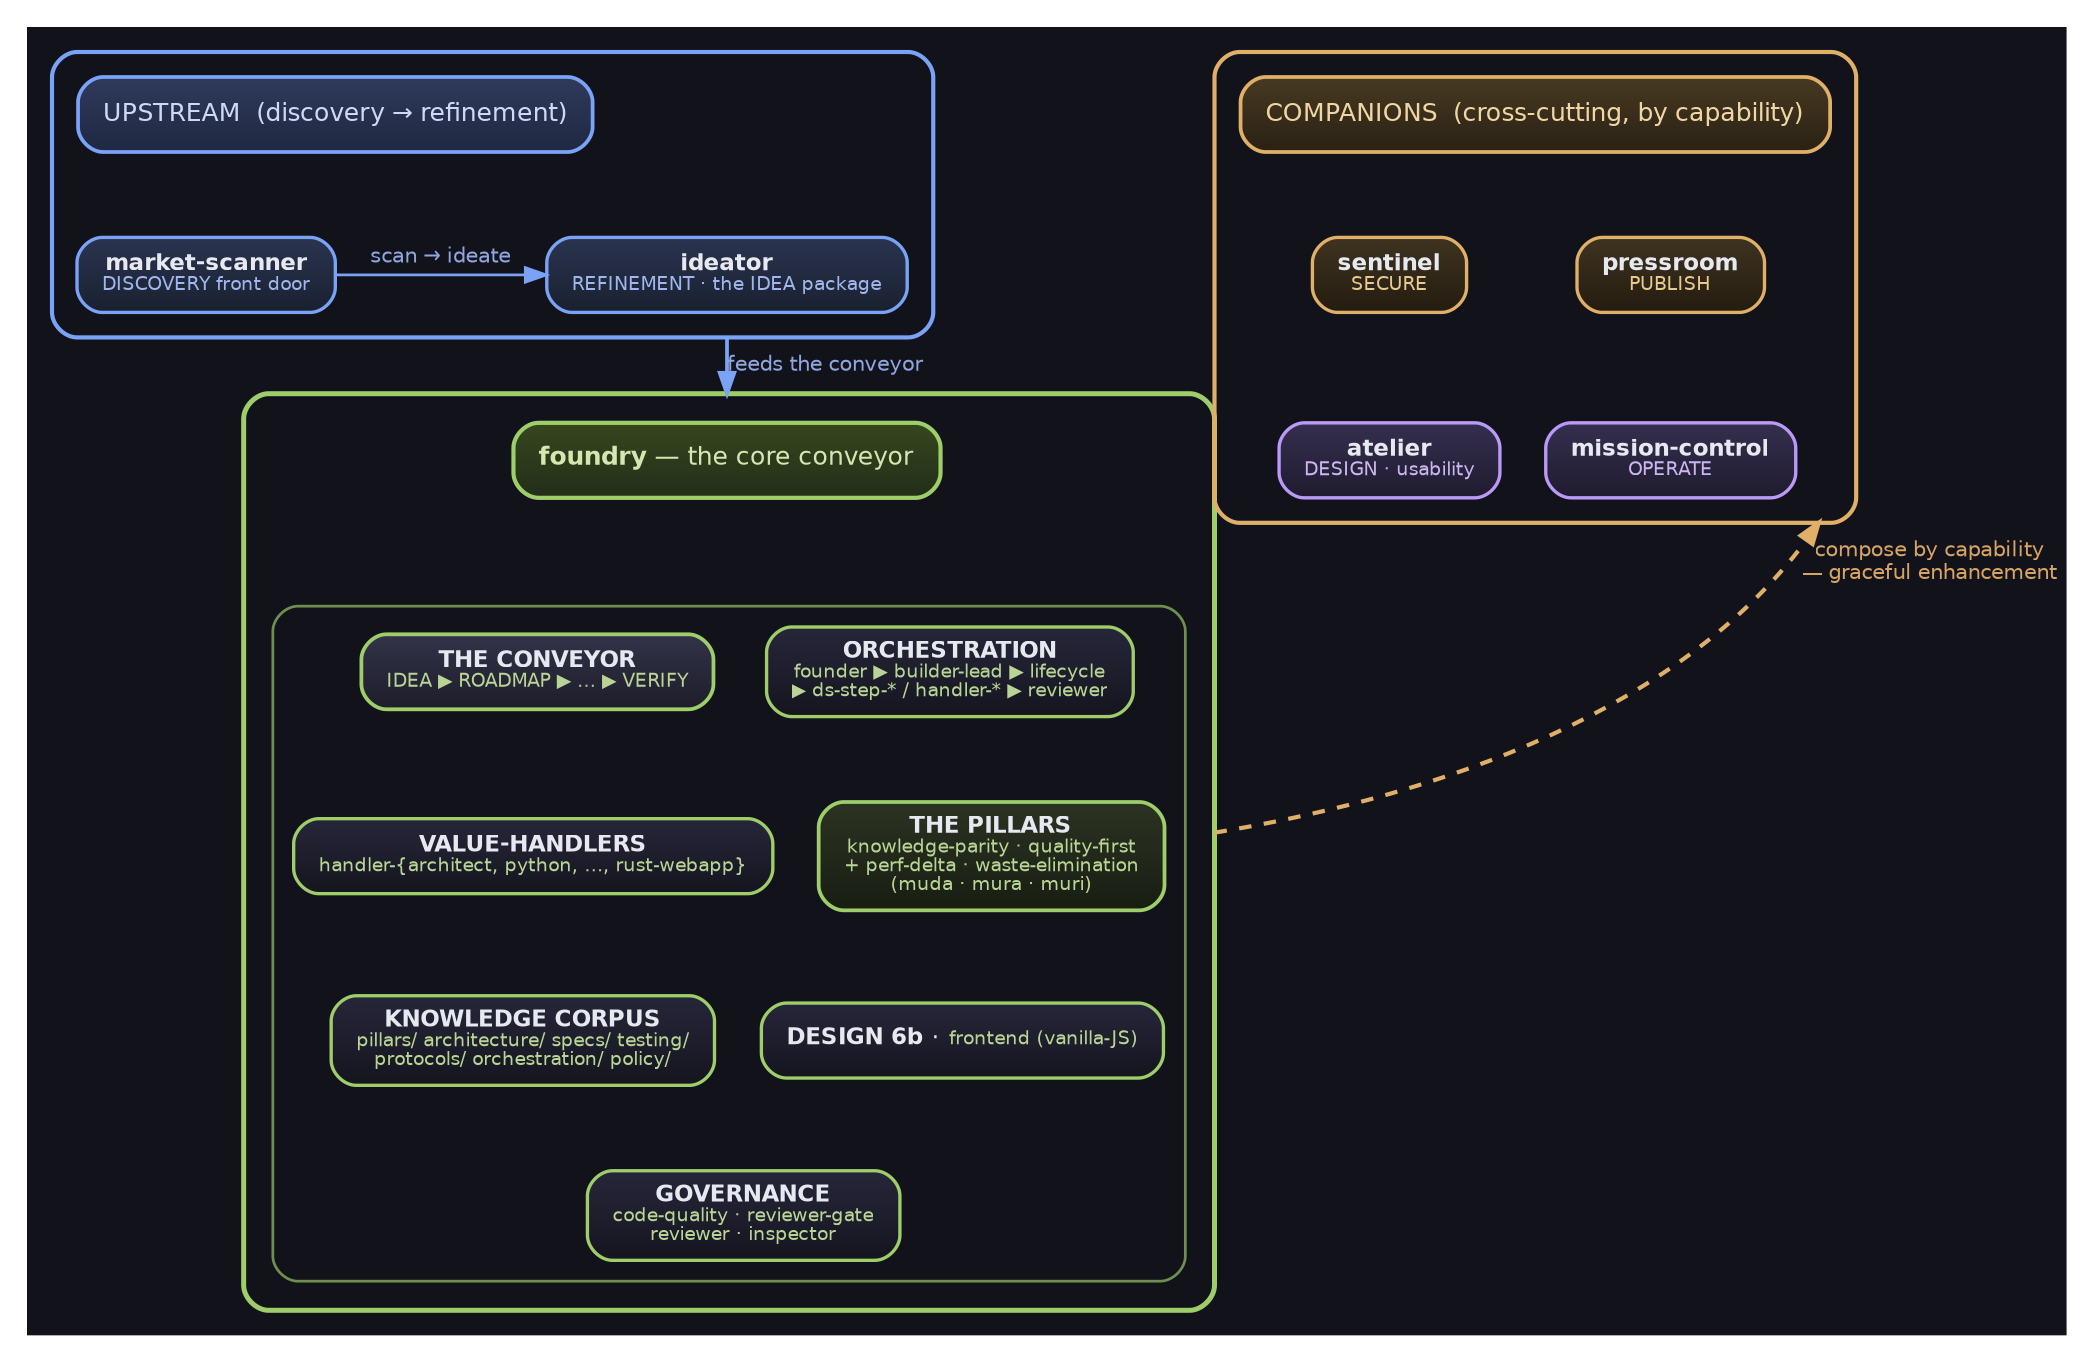
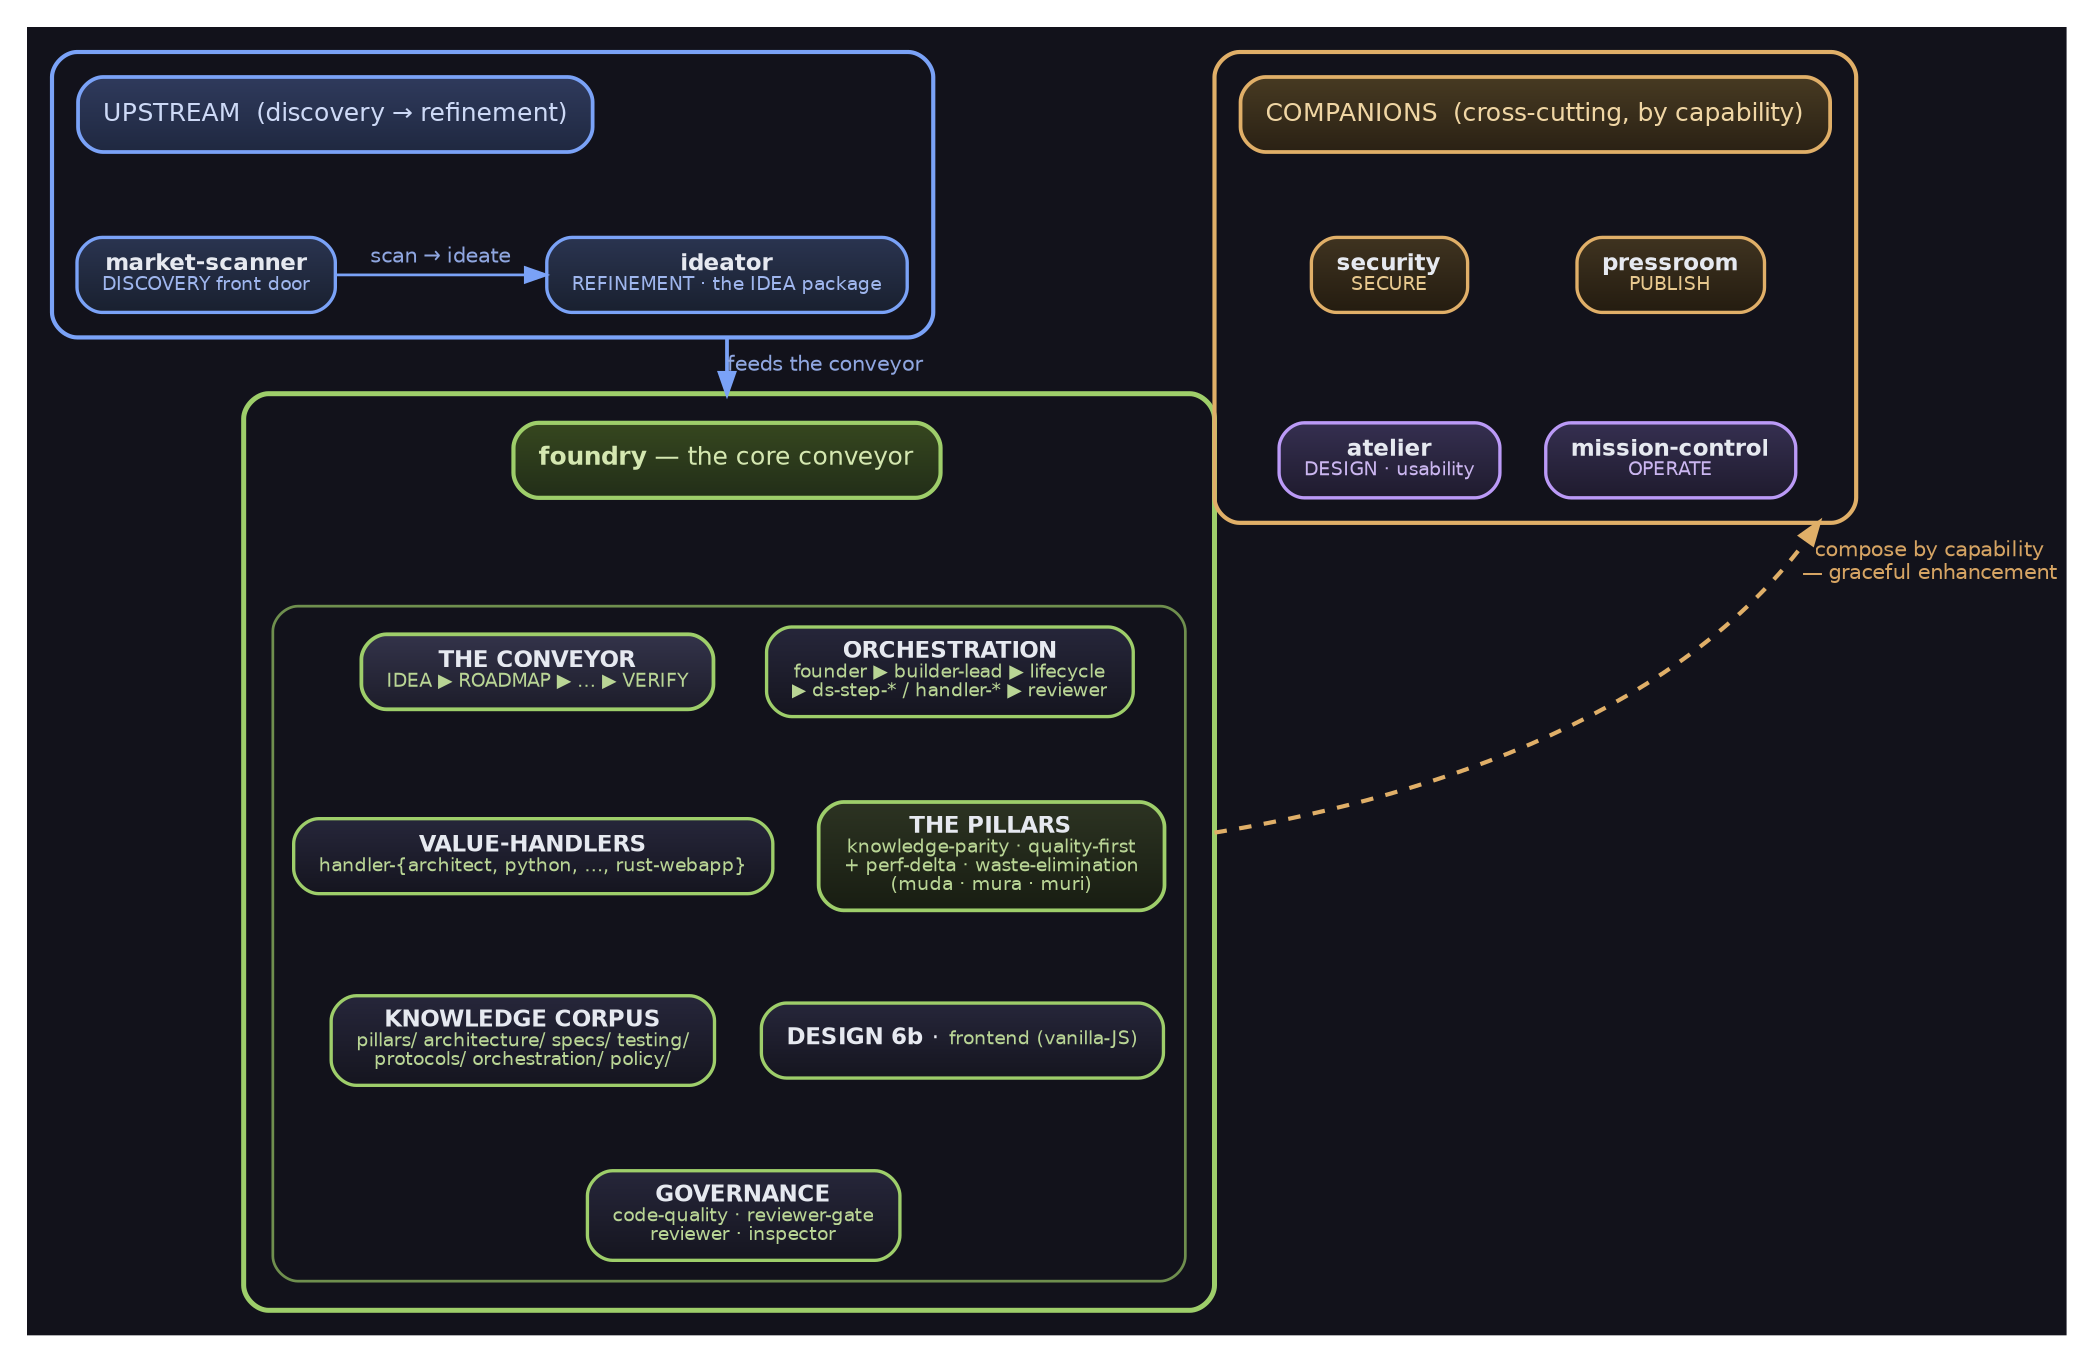
digraph DomainArchB {
  bgcolor="#12121b"
  rankdir=TB
  compound=true
  newrank=true
  nodesep=0.30
  ranksep=0.55
  margin=0.18
  fontname="DejaVu Sans"

  // node default carries a top-lit vertical gradient (lighter top → darker bottom) so every
  // filled box reads as a raised plate (graphviz-native depth; gradientangle=270 = top→bottom).
  node [shape=box, style="filled,rounded", fillcolor="#26263a:#15151f", gradientangle=270,
        color="#9aa2c0", fontcolor="#e6e9f0", fontname="DejaVu Sans", fontsize=11,
        penwidth=1.6, margin="0.16,0.10"]
  edge [color="#9aa2c0", fontcolor="#b8bed0", fontname="DejaVu Sans",
        fontsize=10, penwidth=1.3]

  // Cluster titles ride ON a filled accent chip so the cluster NAME clears BOTH
  // grounds (a plain cluster label on transparent ground washes out on white).

  // ================= UPSTREAM lane (top) =================
  subgraph cluster_upstream {
    label=""
    style="rounded"; color="#7aa2f7"; penwidth=2.0; bgcolor="transparent"; margin=12

    up_title [label="UPSTREAM  (discovery → refinement)", shape=box,
              style="filled,rounded", fillcolor="#2f3a5c:#1f2840", color="#7aa2f7",
              fontcolor="#cdd9f6", fontsize=12, penwidth=1.8]
    scanner [label=<<b>market-scanner</b><br/><font point-size="9" color="#9fb6ee">DISCOVERY front door</font>>,
             fillcolor="#2a3450:#19202f", color="#7aa2f7"]
    ideator [label=<<b>ideator</b><br/><font point-size="9" color="#9fb6ee">REFINEMENT &middot; the IDEA package</font>>,
             fillcolor="#2a3450:#19202f", color="#7aa2f7"]

    // scan → ideate: market-scanner LEFT, ideator RIGHT, arrow points right (reading order)
    { rank=same; scanner; ideator }
    up_title -> scanner [style=invis]
    scanner -> ideator [label="  scan → ideate  ", fontcolor="#8fa6e0", color="#7aa2f7",
                        weight=20]
  }

  // ================= CORE foundry (middle) =================
  subgraph cluster_core {
    label=""
    style="rounded"; color="#9ece6a"; penwidth=2.4; bgcolor="transparent"; margin=14

    core_title [label=<<b>foundry</b> &mdash; the core conveyor>, shape=box,
                style="filled,rounded", fillcolor="#36471f:#222e18", color="#9ece6a",
                fontcolor="#d4e7b0", fontsize=12, penwidth=2.0]

    subgraph cluster_core_cells {
      label=""
      style="rounded"; color="#6f8f4e"; penwidth=1.3; bgcolor="transparent"; margin=10

      cell_conveyor [label=<<b>THE CONVEYOR</b><br/><font point-size="9" color="#b9d595">IDEA ▶ ROADMAP ▶ … ▶ VERIFY</font>>,
                     fillcolor="#33334a:#1d1d2a", color="#9ece6a", penwidth=1.8]
      cell_orch [label=<<b>ORCHESTRATION</b><br/><font point-size="9" color="#b9d595">founder ▶ builder-lead ▶ lifecycle<br/>▶ ds-step-* / handler-* ▶ reviewer</font>>,
                 fillcolor="#26263a:#15151f", color="#9ece6a"]
      cell_handlers [label=<<b>VALUE-HANDLERS</b><br/><font point-size="9" color="#b9d595">handler-{architect, python, &hellip;, rust-webapp}</font>>,
                     fillcolor="#26263a:#15151f", color="#9ece6a"]
      cell_pillars [label=<<b>THE PILLARS</b><br/><font point-size="9" color="#b9d595">knowledge-parity &middot; quality-first<br/>+ perf-delta &middot; waste-elimination<br/>(muda &middot; mura &middot; muri)</font>>,
                    fillcolor="#2c3322:#181d12", color="#9ece6a", penwidth=1.8]
      cell_corpus [label=<<b>KNOWLEDGE CORPUS</b><br/><font point-size="9" color="#b9d595">pillars/ architecture/ specs/ testing/<br/>protocols/ orchestration/ policy/</font>>,
                   fillcolor="#26263a:#15151f", color="#9ece6a"]
      cell_design [label=<<b>DESIGN 6b</b> &middot; <font point-size="9" color="#b9d595">frontend (vanilla-JS)</font>>,
                   fillcolor="#26263a:#15151f", color="#9ece6a"]
      cell_gov [label=<<b>GOVERNANCE</b><br/><font point-size="9" color="#b9d595">code-quality &middot; reviewer-gate<br/>reviewer &middot; inspector</font>>,
                fillcolor="#26263a:#15151f", color="#9ece6a"]

      // fold the 7 cells into a 2-wide grid so the core box stays compact
      { rank=same; cell_conveyor;  cell_orch }
      { rank=same; cell_handlers;  cell_pillars }
      { rank=same; cell_corpus;    cell_design }
      cell_conveyor  -> cell_handlers [style=invis]
      cell_orch      -> cell_pillars  [style=invis]
      cell_handlers  -> cell_corpus   [style=invis]
      cell_pillars   -> cell_design   [style=invis]
      cell_corpus    -> cell_gov      [style=invis]
      cell_design    -> cell_gov      [style=invis]
    }

    core_title -> cell_conveyor [style=invis]
    core_title -> cell_orch     [style=invis]
  }

  // ================= COMPANIONS lane (bottom) =================
  subgraph cluster_companions {
    label=""
    style="rounded"; color="#e0af68"; penwidth=2.0; bgcolor="transparent"; margin=12

    co_title [label="COMPANIONS  (cross-cutting, by capability)", shape=box,
              style="filled,rounded", fillcolor="#473a22:#2a2114", color="#e0af68",
              fontcolor="#f0d6a4", fontsize=12, penwidth=1.8]
-     sentinel [label=<<b>sentinel</b><br/><font point-size="9" color="#e8c98f">SECURE</font>>,
+     security [label=<<b>security</b><br/><font point-size="9" color="#e8c98f">SECURE</font>>,
              fillcolor="#3f3320:#241c10", color="#e0af68"]
    pressroom [label=<<b>pressroom</b><br/><font point-size="9" color="#e8c98f">PUBLISH</font>>,
               fillcolor="#3f3320:#241c10", color="#e0af68"]
    atelier [label=<<b>atelier</b><br/><font point-size="9" color="#cbb6f0">DESIGN &middot; usability</font>>,
             fillcolor="#352f50:#1f1b2e", color="#bb9af7"]
    mission [label=<<b>mission-control</b><br/><font point-size="9" color="#cbb6f0">OPERATE</font>>,
             fillcolor="#352f50:#1f1b2e", color="#bb9af7"]

    // clean 2×2 grid DIRECTLY beneath the title bar (no L-shaped spill)
-     { rank=same; sentinel;  pressroom }
+     { rank=same; security;  pressroom }
    { rank=same; atelier;   mission }
-     co_title  -> sentinel  [style=invis]
+     co_title  -> security  [style=invis]
    co_title  -> pressroom [style=invis]
-     sentinel  -> atelier   [style=invis, weight=10]
+     security  -> atelier   [style=invis, weight=10]
    pressroom -> mission   [style=invis, weight=10]
  }

  // ================= cross-lane flow =================
  ideator -> core_title [ltail=cluster_upstream, lhead=cluster_core,
                         label="feeds the conveyor", color="#7aa2f7",
                         fontcolor="#8fa6e0", penwidth=1.8, weight=20]

  // ONE group→group edge: companions cluster cross-cuts the WHOLE foundry.
  // ltail/lhead clip the edge to BOTH cluster boundaries — it terminates on the
  // core BOUNDARY, not a single inner cell, so it reads as whole-foundry enhancement.
-   cell_pillars -> sentinel [ltail=cluster_core, lhead=cluster_companions,
+   cell_pillars -> security [ltail=cluster_core, lhead=cluster_companions,
                            label="compose by capability\n— graceful enhancement",
                            color="#e0af68", fontcolor="#d6a463", style=dashed,
                            penwidth=2.0, dir=both, arrowtail=none, weight=1,
                            constraint=false]
}
